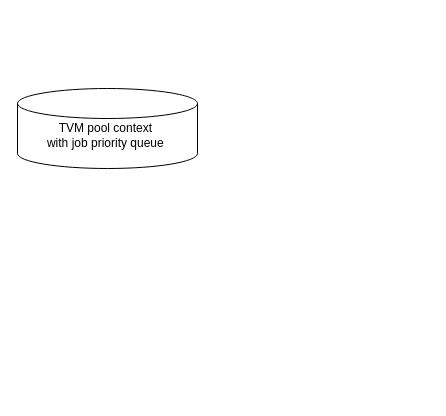
This is picture/job level.drawio from yuyilei/Daily-Notes, a draw.io file, before an edit. Source tidied: cells renumbered, new cells numbered last; positions are measured from the earlier drawing's top-left corner, leaving out a move shared by most shapes. Both pictures are drawn from the tidied source at 100%, with x=0, y=0 at pixel (17, 88).
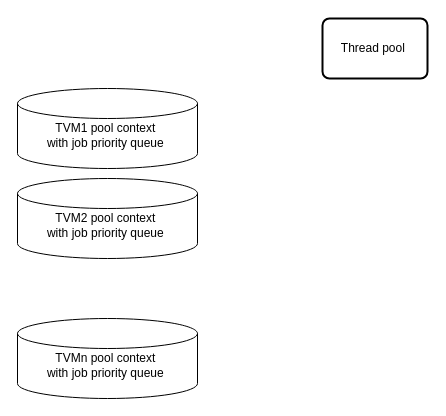
The same diagram, later.

Diff of the diagram source:
```diff
@@
 <mxGraphModel>
   <root>
     <mxCell id="0" />
     <mxCell id="1" parent="0" />
-    <mxCell id="2" value="&lt;br&gt;TVM pool context&amp;nbsp;&lt;br&gt;with job priority queue&amp;nbsp;" style="shape=cylinder2;whiteSpace=wrap;html=1;boundedLbl=1;backgroundOutline=1;size=15;" parent="1" vertex="1">
+    <mxCell id="2" value="&lt;br&gt;TVM1 pool context&amp;nbsp;&lt;br&gt;with job priority queue&amp;nbsp;" style="shape=cylinder2;whiteSpace=wrap;html=1;boundedLbl=1;backgroundOutline=1;size=15;" parent="1" vertex="1">
       <mxGeometry width="180" height="80" as="geometry" />
     </mxCell>
+    <mxCell id="3" value="Thread pool&amp;nbsp;" style="rounded=1;whiteSpace=wrap;html=1;absoluteArcSize=1;arcSize=14;strokeWidth=2;" parent="1" vertex="1">
+      <mxGeometry x="305" y="-70" width="105" height="60" as="geometry" />
+    </mxCell>
+    <mxCell id="4" value="&lt;br&gt;TVM2 pool context&amp;nbsp;&lt;br&gt;with job priority queue&amp;nbsp;" style="shape=cylinder2;whiteSpace=wrap;html=1;boundedLbl=1;backgroundOutline=1;size=15;" parent="1" vertex="1">
+      <mxGeometry y="90" width="180" height="80" as="geometry" />
+    </mxCell>
+    <mxCell id="5" value="&lt;br&gt;TVMn pool context&amp;nbsp;&lt;br&gt;with job priority queue&amp;nbsp;" style="shape=cylinder2;whiteSpace=wrap;html=1;boundedLbl=1;backgroundOutline=1;size=15;" parent="1" vertex="1">
+      <mxGeometry y="230" width="180" height="80" as="geometry" />
+    </mxCell>
   </root>
 </mxGraphModel>
```
